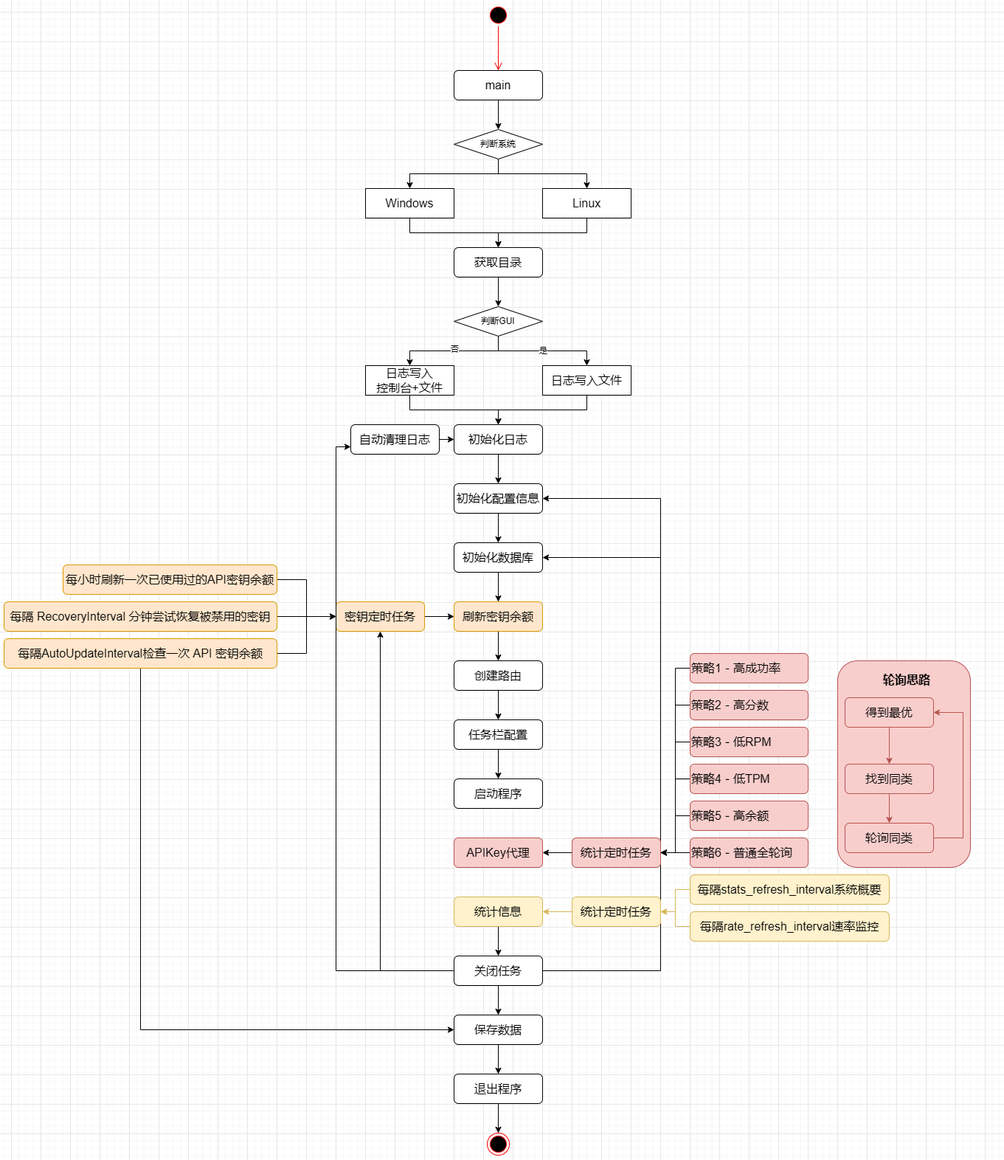
Above: img/image7.png in Deroino/FlowSilicon (draw.io), before the change. Source tidied: cells renumbered, new cells last; positions are measured from the earlier drawing's top-left corner, leaving out a move shared by most shapes.
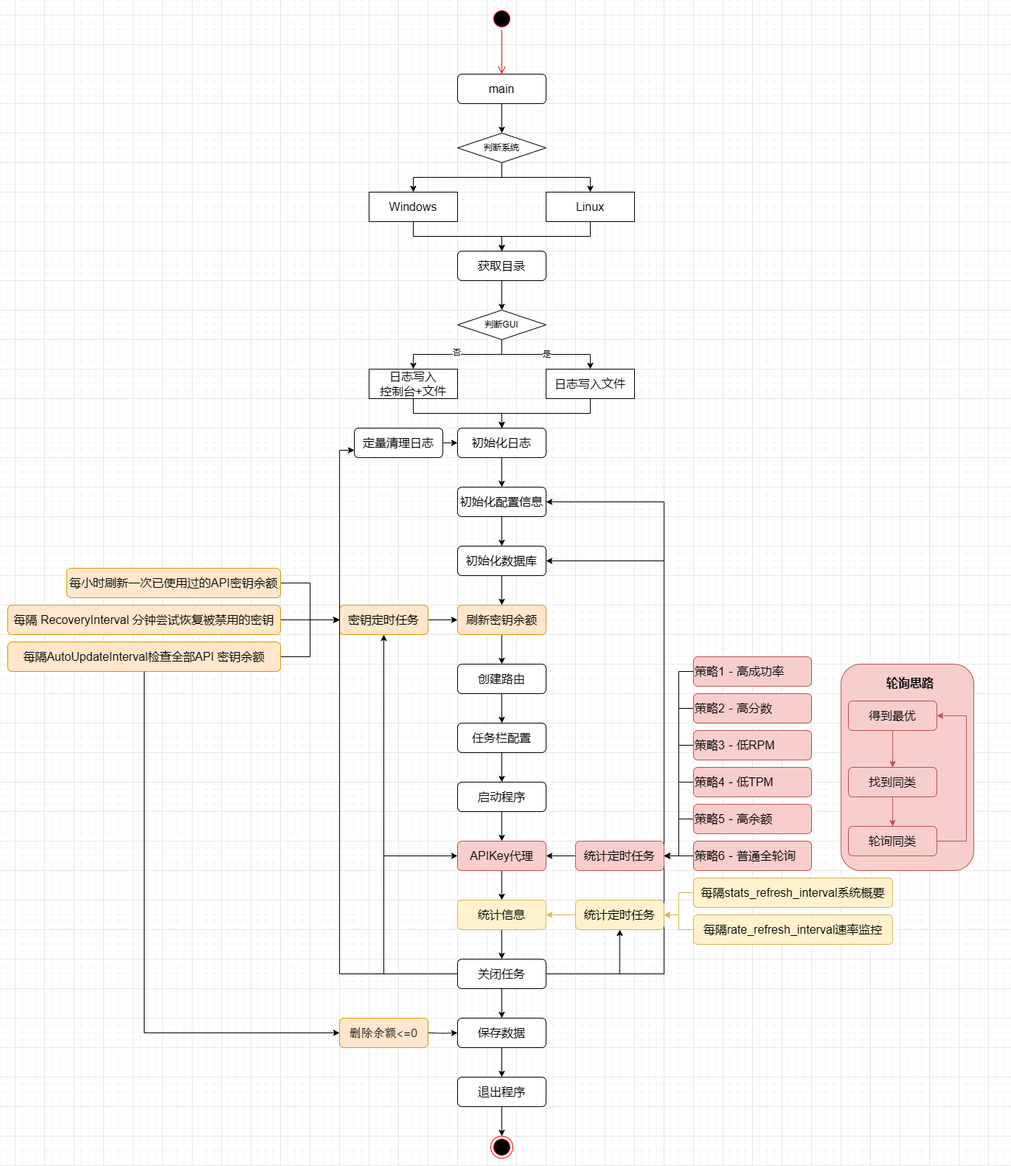
The same diagram one commit later.

Change to the diagram source:
```diff
@@ -98,9 +98,12 @@
     <mxCell id="33" style="edgeStyle=orthogonalEdgeStyle;rounded=0;jettySize=auto;html=1;exitX=1;exitY=0.5;exitDx=0;exitDy=0;entryX=0;entryY=0.5;entryDx=0;entryDy=0;fontFamily=Helvetica;" parent="1" edge="1" source="34" target="24">
       <mxGeometry relative="1" as="geometry" />
     </mxCell>
-    <mxCell id="34" value="&lt;span style=&quot;font-variant-ligatures: normal; font-variant-caps: normal; -webkit-text-stroke-width: 0.051px;&quot;&gt;&lt;font style=&quot;font-size: 16px;&quot;&gt;自动清理日志&lt;/font&gt;&lt;/span&gt;" style="rounded=1;whiteSpace=wrap;html=1;fontFamily=Helvetica;" parent="1" vertex="1">
+    <mxCell id="34" value="&lt;span style=&quot;font-variant-ligatures: normal; font-variant-caps: normal; -webkit-text-stroke-width: 0.051px;&quot;&gt;&lt;font style=&quot;font-size: 16px;&quot;&gt;定量清理日志&lt;/font&gt;&lt;/span&gt;" style="rounded=1;whiteSpace=wrap;html=1;fontFamily=Helvetica;" parent="1" vertex="1">
       <mxGeometry x="470" y="570" width="120" height="40" as="geometry" />
     </mxCell>
+    <mxCell id="90" style="edgeStyle=orthogonalEdgeStyle;rounded=0;jettySize=auto;html=1;exitX=0.5;exitY=1;exitDx=0;exitDy=0;entryX=0.5;entryY=0;entryDx=0;entryDy=0;" parent="1" edge="1" source="35" target="68">
+      <mxGeometry relative="1" as="geometry" />
+    </mxCell>
     <mxCell id="35" value="&lt;span style=&quot;font-size: 16px;&quot;&gt;启动程序&lt;/span&gt;" style="rounded=1;whiteSpace=wrap;html=1;fontFamily=Helvetica;" parent="1" vertex="1">
       <mxGeometry x="610" y="1050" width="120" height="40" as="geometry" />
     </mxCell>
@@ -140,6 +143,17 @@
     <mxCell id="42" style="edgeStyle=orthogonalEdgeStyle;rounded=0;jettySize=auto;html=1;exitX=0.5;exitY=1;exitDx=0;exitDy=0;fontFamily=Helvetica;" parent="1" edge="1" source="43" target="45">
       <mxGeometry relative="1" as="geometry" />
     </mxCell>
+    <mxCell id="91" style="edgeStyle=orthogonalEdgeStyle;rounded=0;jettySize=auto;html=1;exitX=1;exitY=0.5;exitDx=0;exitDy=0;entryX=0.5;entryY=1;entryDx=0;entryDy=0;" parent="1" edge="1" source="43" target="63">
+      <mxGeometry relative="1" as="geometry" />
+    </mxCell>
+    <mxCell id="92" style="edgeStyle=orthogonalEdgeStyle;rounded=0;jettySize=auto;html=1;exitX=0;exitY=0.5;exitDx=0;exitDy=0;entryX=0;entryY=0.5;entryDx=0;entryDy=0;" parent="1" edge="1" source="43" target="68">
+      <mxGeometry relative="1" as="geometry">
+        <Array as="points">
+          <mxPoint x="510" y="1310" />
+          <mxPoint x="510" y="1150" />
+        </Array>
+      </mxGeometry>
+    </mxCell>
     <mxCell id="43" value="&lt;span style=&quot;font-size: 16px;&quot;&gt;关闭任务&lt;/span&gt;" style="rounded=1;whiteSpace=wrap;html=1;fontFamily=Helvetica;" parent="1" vertex="1">
       <mxGeometry x="610" y="1290" width="120" height="40" as="geometry" />
     </mxCell>
@@ -189,10 +203,7 @@
     <mxCell id="57" style="edgeStyle=orthogonalEdgeStyle;rounded=0;jettySize=auto;html=1;exitX=1;exitY=0.5;exitDx=0;exitDy=0;entryX=0;entryY=0.5;entryDx=0;entryDy=0;fontFamily=Helvetica;" parent="1" edge="1" source="59" target="37">
       <mxGeometry relative="1" as="geometry" />
     </mxCell>
-    <mxCell id="58" style="edgeStyle=orthogonalEdgeStyle;rounded=0;jettySize=auto;html=1;exitX=0.5;exitY=1;exitDx=0;exitDy=0;entryX=0;entryY=0.5;entryDx=0;entryDy=0;fontFamily=Helvetica;" parent="1" edge="1" source="59" target="45">
-      <mxGeometry relative="1" as="geometry" />
-    </mxCell>
-    <mxCell id="59" value="&lt;span style=&quot;font-size: 16px;&quot;&gt;每隔AutoUpdateInterval检查一次 API 密钥余额&lt;/span&gt;" style="rounded=1;whiteSpace=wrap;html=1;fillColor=#ffe6cc;strokeColor=#d79b00;fontFamily=Helvetica;" parent="1" vertex="1">
+    <mxCell id="59" value="&lt;span style=&quot;font-size: 16px;&quot;&gt;每隔AutoUpdateInterval检查全部API 密钥余额&lt;/span&gt;" style="rounded=1;whiteSpace=wrap;html=1;fillColor=#ffe6cc;strokeColor=#d79b00;fontFamily=Helvetica;" parent="1" vertex="1">
       <mxGeometry y="860" width="370" height="40" as="geometry" />
     </mxCell>
     <mxCell id="60" style="edgeStyle=orthogonalEdgeStyle;rounded=0;jettySize=auto;html=1;exitX=0.5;exitY=1;exitDx=0;exitDy=0;entryX=0.5;entryY=0;entryDx=0;entryDy=0;fontFamily=Helvetica;" parent="1" edge="1" source="61" target="43">
@@ -221,6 +232,9 @@
     <mxCell id="67" value="&lt;span style=&quot;font-size: 16px;&quot;&gt;每隔rate_refresh_interval速率监控&lt;/span&gt;" style="rounded=1;whiteSpace=wrap;html=1;fillColor=#fff2cc;strokeColor=#d6b656;fontFamily=Helvetica;" parent="1" vertex="1">
       <mxGeometry x="930" y="1230" width="270" height="40" as="geometry" />
     </mxCell>
+    <mxCell id="93" style="edgeStyle=orthogonalEdgeStyle;rounded=0;jettySize=auto;html=1;exitX=0.5;exitY=1;exitDx=0;exitDy=0;entryX=0.5;entryY=0;entryDx=0;entryDy=0;" parent="1" edge="1" source="68" target="61">
+      <mxGeometry relative="1" as="geometry" />
+    </mxCell>
     <mxCell id="68" value="&lt;span style=&quot;font-size: 16px;&quot;&gt;API&lt;/span&gt;&lt;span style=&quot;font-size: 16px; -webkit-text-stroke: var(--fr-font-stroke); background-color: transparent; color: light-dark(rgb(0, 0, 0), rgb(255, 255, 255));&quot;&gt;Key代理&lt;/span&gt;" style="rounded=1;whiteSpace=wrap;html=1;fillColor=#f8cecc;strokeColor=#b85450;fontFamily=Helvetica;" parent="1" vertex="1">
       <mxGeometry x="610" y="1130" width="120" height="40" as="geometry" />
     </mxCell>
@@ -292,5 +306,16 @@
     <mxCell id="89" value="&lt;span style=&quot;color: rgb(0, 0, 0); font-size: 16px; font-style: normal; font-variant-ligatures: normal; font-variant-caps: normal; letter-spacing: normal; orphans: 2; text-align: left; text-indent: 0px; text-transform: none; widows: 2; word-spacing: 0px; -webkit-text-stroke-width: 0.051px; white-space: normal; text-decoration-thickness: initial; text-decoration-style: initial; text-decoration-color: initial; float: none; display: inline !important;&quot;&gt;&lt;b style=&quot;&quot;&gt;轮询思路&lt;/b&gt;&lt;/span&gt;" style="text;whiteSpace=wrap;html=1;fontFamily=Helvetica;" parent="1" vertex="1">
       <mxGeometry x="1190" y="900" width="160" height="40" as="geometry" />
     </mxCell>
+    <mxCell id="94" style="edgeStyle=orthogonalEdgeStyle;rounded=0;jettySize=auto;html=1;exitX=0.5;exitY=1;exitDx=0;exitDy=0;entryX=0;entryY=0.5;entryDx=0;entryDy=0;fontFamily=Helvetica;" parent="1" edge="1" source="59" target="96">
+      <mxGeometry relative="1" as="geometry" />
+    </mxCell>
+    <mxCell id="95" style="edgeStyle=orthogonalEdgeStyle;rounded=0;jettySize=auto;html=1;exitX=1;exitY=0.5;exitDx=0;exitDy=0;entryX=0;entryY=0.5;entryDx=0;entryDy=0;" parent="1" edge="1" target="45">
+      <mxGeometry relative="1" as="geometry">
+        <mxPoint x="570" y="1390" as="sourcePoint" />
+      </mxGeometry>
+    </mxCell>
+    <mxCell id="96" value="&lt;span style=&quot;font-family: &amp;quot;LXGW WenKai&amp;quot;, system-ui, -apple-system, BlinkMacSystemFont, sans-serif, &amp;quot;Apple Color Emoji&amp;quot;, &amp;quot;Segoe UI Emoji&amp;quot;, &amp;quot;Noto Color Emoji&amp;quot;, &amp;quot;Android Emoji&amp;quot;, EmojiSymbols, &amp;quot;EmojiOne Mozilla&amp;quot;, &amp;quot;Twemoji Mozilla&amp;quot;, &amp;quot;Segoe UI Symbol&amp;quot;, &amp;quot;Noto Color Emoji Compat&amp;quot;, &amp;quot;Font Awesome 6 Pro&amp;quot;, &amp;quot;Font Awesome 5 Pro&amp;quot;, FontAwesome, emoji, codicon, iconfont, icomoon, IcoFont, bwi-font, fontello, themify, bootstrap-icons, &amp;quot;Segoe Fluent Icons&amp;quot;, &amp;quot;Material Icons&amp;quot;, &amp;quot;Material Icons Extended&amp;quot;, &amp;quot;Material Icons Outlined&amp;quot;, &amp;quot;Material Icons Round&amp;quot;, &amp;quot;Material Icons Sharp&amp;quot;, &amp;quot;Material Icons Two Tone&amp;quot;, &amp;quot;Google Material Icons&amp;quot;, &amp;quot;Google Material Icons Filled&amp;quot;, &amp;quot;Material Symbols Outlined&amp;quot;, &amp;quot;Material Symbols Round&amp;quot;, &amp;quot;Material Symbols Rounded&amp;quot;, &amp;quot;Material Symbols Sharp&amp;quot;, &amp;quot;Google Symbols&amp;quot;; font-size: 16px; font-variant-ligatures: normal; font-variant-caps: normal; -webkit-text-stroke-width: 0.051px;&quot;&gt;删除余额&amp;lt;=0&lt;/span&gt;" style="rounded=1;whiteSpace=wrap;html=1;fontFamily=Helvetica;fillColor=#ffe6cc;strokeColor=#d79b00;" parent="1" vertex="1">
+      <mxGeometry x="450" y="1370" width="120" height="40" as="geometry" />
+    </mxCell>
   </root>
 </mxGraphModel>
```
